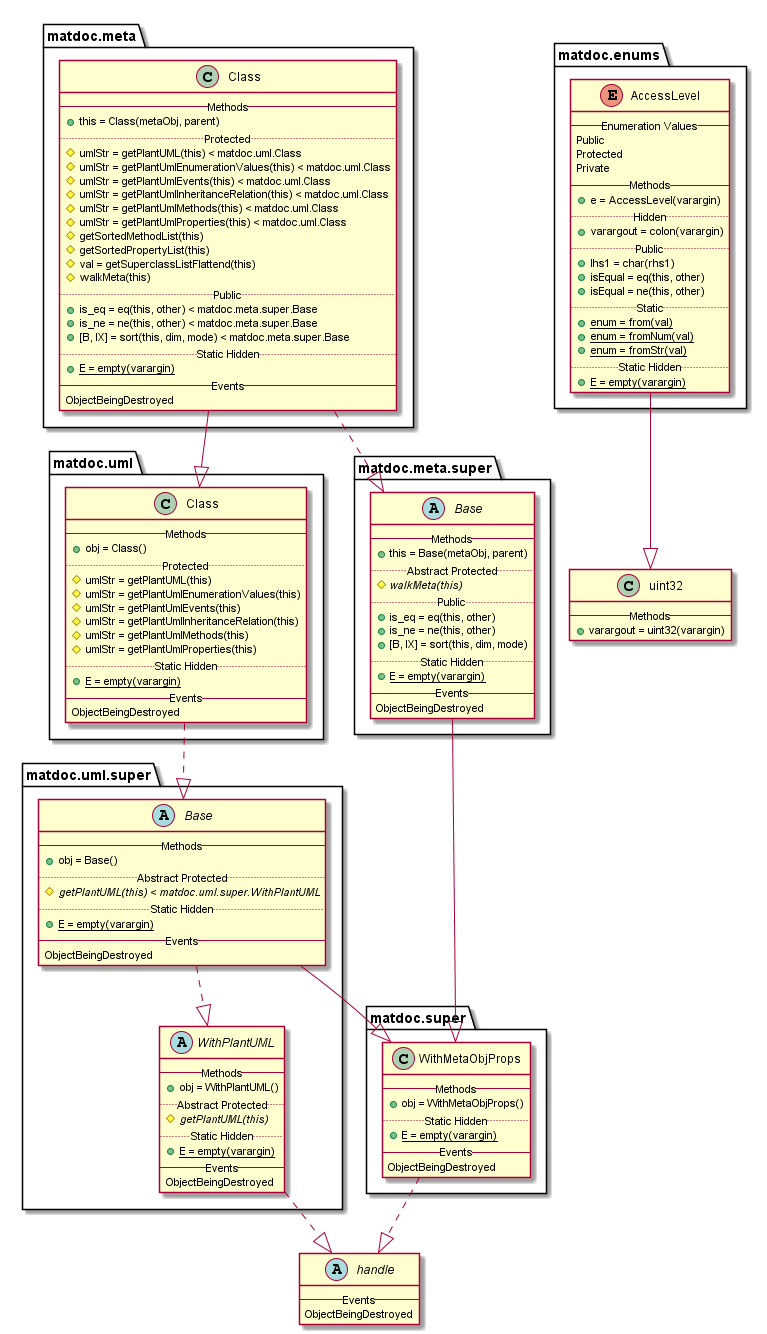
This is doc/uml-examples/export-class-HideProperties-true.png from flxdot/matdoc, a PlantUML export, as it was before one commit.
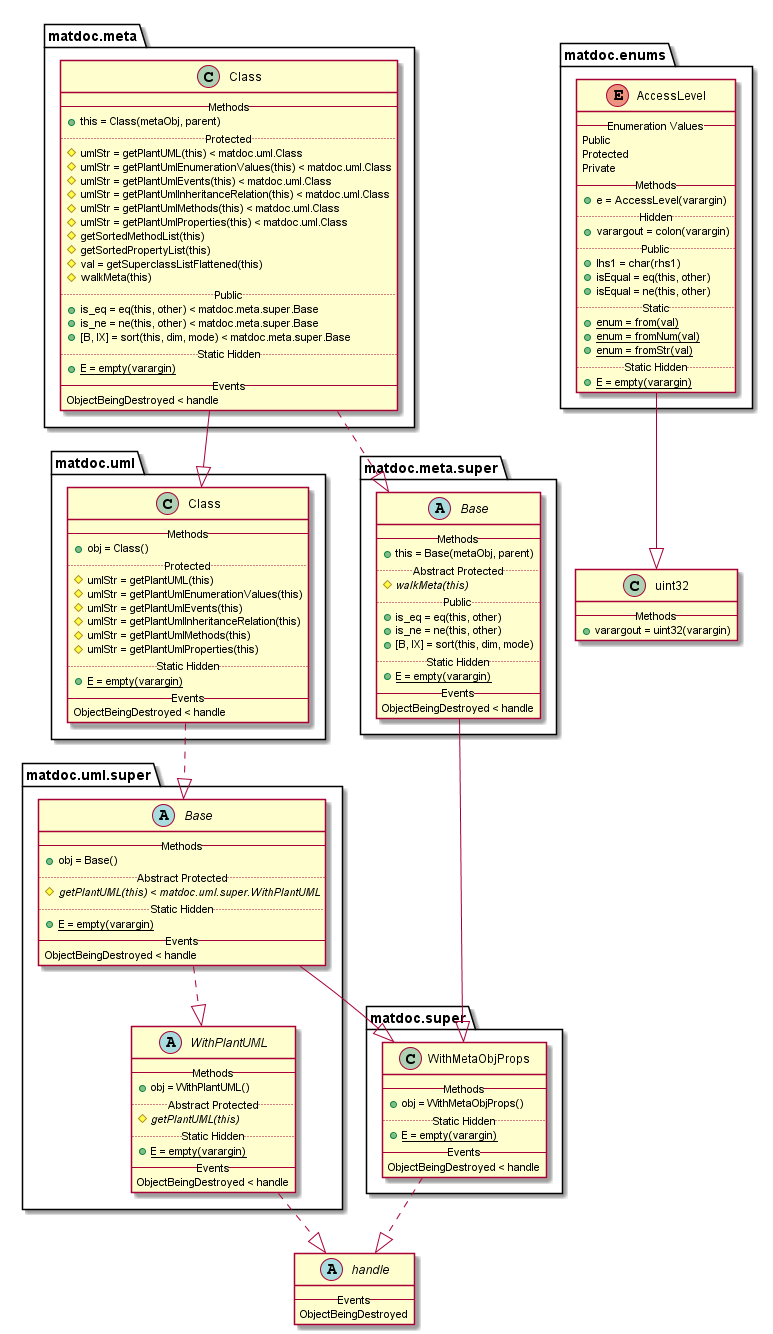
The same file after the commit.

What changed in the source:
```diff
@@ -41,7 +41,7 @@
    {method} # umlStr = getPlantUmlProperties(this) < matdoc.uml.Class
    {method} # getSortedMethodList(this)
    {method} # getSortedPropertyList(this)
-   {method} # val = getSuperclassListFlattend(this)
+   {method} # val = getSuperclassListFlattened(this)
    {method} # walkMeta(this)
    .. Public ..
    {method} + is_eq = eq(this, other) < matdoc.meta.super.Base
@@ -50,7 +50,7 @@
    .. Static Hidden ..
    {method}{static} + E = empty(varargin)
    -- Events --
-   ObjectBeingDestroyed
+   ObjectBeingDestroyed < handle
 }
 
 matdoc.meta.Class ..|> matdoc.meta.super.Base
@@ -68,7 +68,7 @@
    .. Static Hidden ..
    {method}{static} + E = empty(varargin)
    -- Events --
-   ObjectBeingDestroyed
+   ObjectBeingDestroyed < handle
 }
 
 matdoc.meta.super.Base --|> matdoc.super.WithMetaObjProps
@@ -79,7 +79,7 @@
    .. Static Hidden ..
    {method}{static} + E = empty(varargin)
    -- Events --
-   ObjectBeingDestroyed
+   ObjectBeingDestroyed < handle
 }
 
 matdoc.super.WithMetaObjProps ..|> handle
@@ -97,7 +97,7 @@
    .. Static Hidden ..
    {method}{static} + E = empty(varargin)
    -- Events --
-   ObjectBeingDestroyed
+   ObjectBeingDestroyed < handle
 }
 
 matdoc.uml.Class ..|> matdoc.uml.super.Base
@@ -110,7 +110,7 @@
    .. Static Hidden ..
    {method}{static} + E = empty(varargin)
    -- Events --
-   ObjectBeingDestroyed
+   ObjectBeingDestroyed < handle
 }
 
 matdoc.uml.super.Base --|> matdoc.super.WithMetaObjProps
@@ -124,7 +124,7 @@
    .. Static Hidden ..
    {method}{static} + E = empty(varargin)
    -- Events --
-   ObjectBeingDestroyed
+   ObjectBeingDestroyed < handle
 }
 
 matdoc.uml.super.WithPlantUML ..|> handle
```
